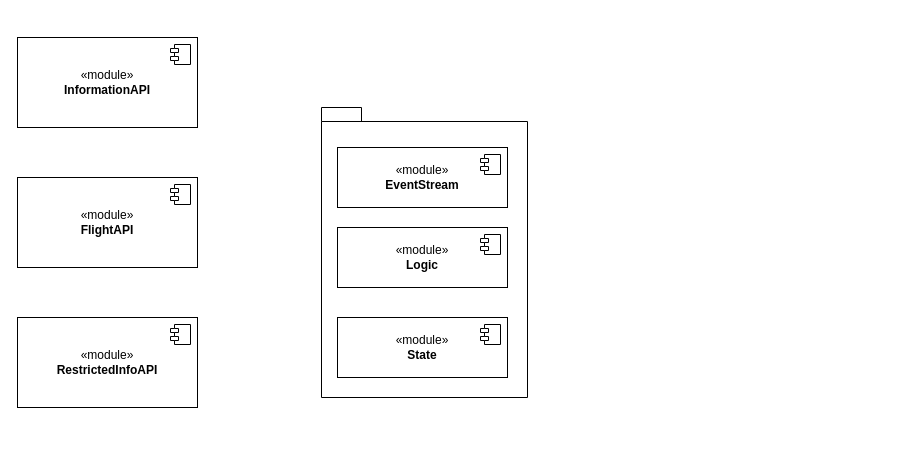
oskarbreindahl/Softwarebyggehygge keeps this draw.io diagram as Diagrams/packages[module].drawio. Above is the earlier version. Source tidied: cells renumbered, new cells numbered last; positions are measured from the earlier drawing's top-left corner, leaving out a move shared by most shapes. Both pictures are drawn from the tidied source at 100%, with x=0, y=0 at pixel (17, 37).
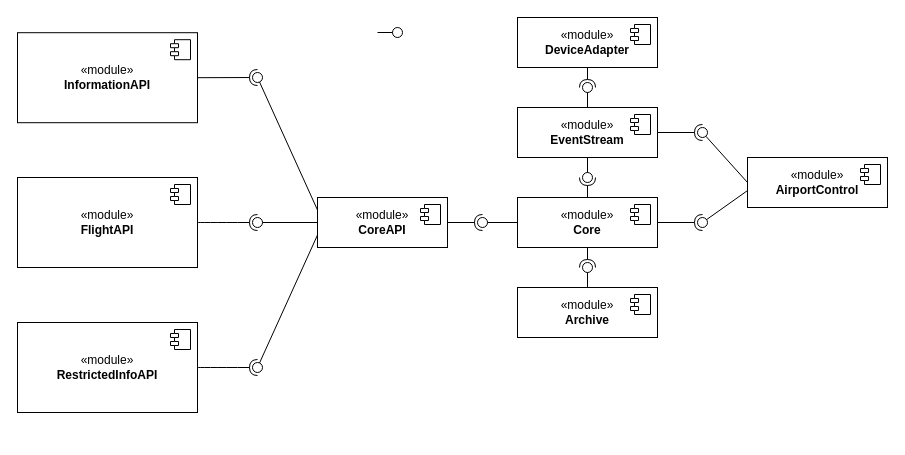
The same page after the edit.

Unchanged cells that the change refers to:
```xml
<mxCell id="4" value="«module»&lt;br&gt;&lt;b&gt;FlightAPI&lt;/b&gt;" style="html=1;whiteSpace=wrap;" parent="1" vertex="1">
  <mxGeometry y="140" width="180" height="90" as="geometry" />
</mxCell>
```

Change to the diagram source:
```diff
@@
     <mxCell id="2" value="«module»&lt;br&gt;&lt;b&gt;InformationAPI&lt;/b&gt;" style="html=1;whiteSpace=wrap;" parent="1" vertex="1">
-      <mxGeometry width="180" height="90" as="geometry" />
+      <mxGeometry y="-4.8" width="180" height="90" as="geometry" />
     </mxCell>
@@
     <mxCell id="6" value="«module»&lt;br&gt;&lt;b&gt;RestrictedInfoAPI&lt;/b&gt;" style="html=1;whiteSpace=wrap;" parent="1" vertex="1">
-      <mxGeometry y="280" width="180" height="90" as="geometry" />
+      <mxGeometry y="285" width="180" height="90" as="geometry" />
     </mxCell>
@@
-    <mxCell id="8" value="«module»&lt;br&gt;&lt;b&gt;Logic&lt;/b&gt;" style="html=1;whiteSpace=wrap;" parent="1" vertex="1">
-      <mxGeometry x="320" y="190" width="170" height="60" as="geometry" />
+    <mxCell id="8" value="«module»&lt;br&gt;&lt;b&gt;Core&lt;/b&gt;" style="html=1;whiteSpace=wrap;" parent="1" vertex="1">
+      <mxGeometry x="500" y="160" width="140" height="50" as="geometry" />
     </mxCell>
@@
-    <mxCell id="10" value="«module»&lt;br&gt;&lt;b&gt;State&lt;/b&gt;" style="html=1;whiteSpace=wrap;" parent="1" vertex="1">
-      <mxGeometry x="320" y="280" width="170" height="60" as="geometry" />
-    </mxCell>
-    <mxCell id="11" style="shape=module;jettyWidth=8;jettyHeight=4;" parent="10" vertex="1">
-      <mxGeometry x="1" width="20" height="20" relative="1" as="geometry">
-        <mxPoint x="-27" y="7" as="offset" />
-      </mxGeometry>
-    </mxCell>
     <mxCell id="12" value="«module»&lt;br&gt;&lt;b&gt;EventStream&lt;/b&gt;" style="html=1;whiteSpace=wrap;" parent="1" vertex="1">
-      <mxGeometry x="320" y="110" width="170" height="60" as="geometry" />
+      <mxGeometry x="500" y="70" width="140" height="50" as="geometry" />
     </mxCell>
@@
-    <mxCell id="14" style="shape=folder;fontStyle=1;spacingTop=10;tabWidth=40;tabHeight=14;tabPosition=left;html=1;whiteSpace=wrap;fillColor=none;" parent="1" vertex="1">
-      <mxGeometry x="304" y="70" width="206" height="290" as="geometry" />
-    </mxCell>
+    <mxCell id="15" style="rounded=0;jettySize=auto;html=1;endArrow=halfCircle;endFill=0;endSize=6;strokeWidth=1;sketch=0;exitX=1;exitY=0.5;exitDx=0;exitDy=0;" parent="1" edge="1" source="2">
+      <mxGeometry relative="1" as="geometry">
+        <mxPoint x="240" y="40" as="targetPoint" />
+      </mxGeometry>
+    </mxCell>
+    <mxCell id="16" style="ellipse;whiteSpace=wrap;html=1;align=center;fillColor=none;strokeColor=none;perimeter=centerPerimeter;" parent="1" vertex="1">
+      <mxGeometry x="290" y="40" width="10" height="10" as="geometry" />
+    </mxCell>
+    <mxCell id="17" style="rounded=0;jettySize=auto;html=1;endArrow=halfCircle;endFill=0;endSize=6;strokeWidth=1;sketch=0;fontSize=12;curved=1;exitX=1;exitY=0.5;exitDx=0;exitDy=0;" parent="1" edge="1" source="4">
+      <mxGeometry relative="1" as="geometry">
+        <mxPoint x="240" y="185" as="targetPoint" />
+      </mxGeometry>
+    </mxCell>
+    <mxCell id="18" style="ellipse;whiteSpace=wrap;html=1;align=center;fillColor=none;strokeColor=none;perimeter=centerPerimeter;" parent="1" vertex="1">
+      <mxGeometry x="360" y="190" width="10" height="10" as="geometry" />
+    </mxCell>
+    <mxCell id="19" style="rounded=0;jettySize=auto;html=1;endArrow=halfCircle;endFill=0;endSize=6;strokeWidth=1;sketch=0;fontSize=12;curved=1;exitX=1;exitY=0.5;exitDx=0;exitDy=0;" parent="1" edge="1" source="6">
+      <mxGeometry relative="1" as="geometry">
+        <mxPoint x="240" y="330" as="targetPoint" />
+      </mxGeometry>
+    </mxCell>
+    <mxCell id="20" style="ellipse;whiteSpace=wrap;html=1;align=center;fillColor=none;strokeColor=none;perimeter=centerPerimeter;" parent="1" vertex="1">
+      <mxGeometry x="270" y="340" width="10" height="10" as="geometry" />
+    </mxCell>
+    <mxCell id="21" value="«module»&lt;br&gt;&lt;b&gt;CoreAPI&lt;/b&gt;" style="html=1;whiteSpace=wrap;" parent="1" vertex="1">
+      <mxGeometry x="300" y="160" width="130" height="50" as="geometry" />
+    </mxCell>
+    <mxCell id="22" style="shape=module;jettyWidth=8;jettyHeight=4;" parent="21" vertex="1">
+      <mxGeometry x="1" width="20" height="20" relative="1" as="geometry">
+        <mxPoint x="-27" y="7" as="offset" />
+      </mxGeometry>
+    </mxCell>
+    <mxCell id="23" style="rounded=0;orthogonalLoop=1;jettySize=auto;html=1;endArrow=oval;endFill=0;sketch=0;sourcePerimeterSpacing=0;targetPerimeterSpacing=0;endSize=10;" parent="1" edge="1">
+      <mxGeometry relative="1" as="geometry">
+        <mxPoint x="360" y="-5" as="sourcePoint" />
+        <mxPoint x="380" y="-5" as="targetPoint" />
+      </mxGeometry>
+    </mxCell>
+    <mxCell id="24" style="rounded=0;jettySize=auto;html=1;endArrow=oval;endFill=0;sketch=0;sourcePerimeterSpacing=0;targetPerimeterSpacing=0;endSize=10;exitX=0;exitY=0.5;exitDx=0;exitDy=0;" parent="1" edge="1" source="21">
+      <mxGeometry relative="1" as="geometry">
+        <mxPoint x="240" y="185" as="targetPoint" />
+      </mxGeometry>
+    </mxCell>
+    <mxCell id="25" style="rounded=0;jettySize=auto;html=1;endArrow=oval;endFill=0;sketch=0;sourcePerimeterSpacing=0;targetPerimeterSpacing=0;endSize=10;exitX=0;exitY=0.25;exitDx=0;exitDy=0;" parent="1" edge="1" source="21">
+      <mxGeometry relative="1" as="geometry">
+        <mxPoint x="240" y="40" as="targetPoint" />
+      </mxGeometry>
+    </mxCell>
+    <mxCell id="26" style="rounded=0;jettySize=auto;html=1;endArrow=oval;endFill=0;sketch=0;sourcePerimeterSpacing=0;targetPerimeterSpacing=0;endSize=10;exitX=0;exitY=0.75;exitDx=0;exitDy=0;" parent="1" edge="1" source="21">
+      <mxGeometry relative="1" as="geometry">
+        <mxPoint x="240" y="330" as="targetPoint" />
+      </mxGeometry>
+    </mxCell>
+    <mxCell id="27" style="rounded=0;jettySize=auto;html=1;endArrow=halfCircle;endFill=0;endSize=6;strokeWidth=1;sketch=0;exitX=1;exitY=0.5;exitDx=0;exitDy=0;" parent="1" edge="1" source="21" target="29">
+      <mxGeometry relative="1" as="geometry" />
+    </mxCell>
+    <mxCell id="28" style="rounded=0;jettySize=auto;html=1;endArrow=oval;endFill=0;sketch=0;sourcePerimeterSpacing=0;targetPerimeterSpacing=0;endSize=10;exitX=0;exitY=0.5;exitDx=0;exitDy=0;" parent="1" edge="1" source="8" target="29">
+      <mxGeometry relative="1" as="geometry" />
+    </mxCell>
+    <mxCell id="29" style="ellipse;whiteSpace=wrap;html=1;align=center;fillColor=none;strokeColor=none;perimeter=centerPerimeter;points=[];outlineConnect=1;" parent="1" vertex="1">
+      <mxGeometry x="460" y="180" width="10" height="10" as="geometry" />
+    </mxCell>
+    <mxCell id="30" value="«module»&lt;br&gt;&lt;b&gt;AirportControl&lt;/b&gt;" style="html=1;whiteSpace=wrap;" parent="1" vertex="1">
+      <mxGeometry x="730" y="120" width="140" height="50" as="geometry" />
+    </mxCell>
+    <mxCell id="31" style="shape=module;jettyWidth=8;jettyHeight=4;" parent="30" vertex="1">
+      <mxGeometry x="1" width="20" height="20" relative="1" as="geometry">
+        <mxPoint x="-27" y="7" as="offset" />
+      </mxGeometry>
+    </mxCell>
+    <mxCell id="32" value="«module»&lt;br&gt;&lt;b&gt;DeviceAdapter&lt;/b&gt;" style="html=1;whiteSpace=wrap;" parent="1" vertex="1">
+      <mxGeometry x="500" y="-20" width="140" height="50" as="geometry" />
+    </mxCell>
+    <mxCell id="33" style="shape=module;jettyWidth=8;jettyHeight=4;" parent="32" vertex="1">
+      <mxGeometry x="1" width="20" height="20" relative="1" as="geometry">
+        <mxPoint x="-27" y="7" as="offset" />
+      </mxGeometry>
+    </mxCell>
+    <mxCell id="34" style="rounded=0;jettySize=auto;html=1;endArrow=halfCircle;endFill=0;endSize=6;strokeWidth=1;sketch=0;exitX=0.5;exitY=1;exitDx=0;exitDy=0;" parent="1" edge="1" source="32">
+      <mxGeometry relative="1" as="geometry">
+        <mxPoint x="570" y="50" as="targetPoint" />
+      </mxGeometry>
+    </mxCell>
+    <mxCell id="35" style="rounded=0;jettySize=auto;html=1;endArrow=oval;endFill=0;sketch=0;sourcePerimeterSpacing=0;targetPerimeterSpacing=0;endSize=10;exitX=0.5;exitY=0;exitDx=0;exitDy=0;" parent="1" edge="1" source="12">
+      <mxGeometry relative="1" as="geometry">
+        <mxPoint x="570" y="50" as="targetPoint" />
+      </mxGeometry>
+    </mxCell>
+    <mxCell id="36" style="ellipse;whiteSpace=wrap;html=1;align=center;fillColor=none;strokeColor=none;perimeter=centerPerimeter;" parent="1" vertex="1">
+      <mxGeometry x="655" y="310" width="10" height="10" as="geometry" />
+    </mxCell>
+    <mxCell id="37" style="ellipse;whiteSpace=wrap;html=1;align=center;fillColor=none;strokeColor=none;perimeter=centerPerimeter;" parent="1" vertex="1">
+      <mxGeometry x="430" y="390" width="10" height="10" as="geometry" />
+    </mxCell>
+    <mxCell id="38" style="rounded=0;jettySize=auto;html=1;endArrow=halfCircle;endFill=0;endSize=6;strokeWidth=1;sketch=0;exitX=0.5;exitY=0;exitDx=0;exitDy=0;" parent="1" edge="1" source="8">
+      <mxGeometry relative="1" as="geometry">
+        <mxPoint x="570" y="140" as="targetPoint" />
+      </mxGeometry>
+    </mxCell>
+    <mxCell id="39" style="rounded=0;jettySize=auto;html=1;endArrow=oval;endFill=0;sketch=0;sourcePerimeterSpacing=0;targetPerimeterSpacing=0;endSize=10;exitX=0.5;exitY=1;exitDx=0;exitDy=0;" parent="1" edge="1" source="12">
+      <mxGeometry relative="1" as="geometry">
+        <mxPoint x="570" y="140" as="targetPoint" />
+      </mxGeometry>
+    </mxCell>
+    <mxCell id="40" style="ellipse;whiteSpace=wrap;html=1;align=center;fillColor=none;strokeColor=none;perimeter=centerPerimeter;" parent="1" vertex="1">
+      <mxGeometry x="515" y="300" width="10" height="10" as="geometry" />
+    </mxCell>
+    <mxCell id="41" style="rounded=0;jettySize=auto;html=1;endArrow=halfCircle;endFill=0;endSize=6;strokeWidth=1;sketch=0;exitX=1;exitY=0.5;exitDx=0;exitDy=0;" parent="1" edge="1" source="12">
+      <mxGeometry relative="1" as="geometry">
+        <mxPoint x="685" y="95" as="targetPoint" />
+      </mxGeometry>
+    </mxCell>
+    <mxCell id="42" style="rounded=0;jettySize=auto;html=1;endArrow=oval;endFill=0;sketch=0;sourcePerimeterSpacing=0;targetPerimeterSpacing=0;endSize=10;exitX=0;exitY=0.5;exitDx=0;exitDy=0;" parent="1" edge="1" source="30">
+      <mxGeometry relative="1" as="geometry">
+        <mxPoint x="685" y="95" as="targetPoint" />
+      </mxGeometry>
+    </mxCell>
+    <mxCell id="43" style="ellipse;whiteSpace=wrap;html=1;align=center;fillColor=none;strokeColor=none;perimeter=centerPerimeter;" parent="1" vertex="1">
+      <mxGeometry x="735" y="220" width="10" height="10" as="geometry" />
+    </mxCell>
+    <mxCell id="44" style="rounded=0;jettySize=auto;html=1;endArrow=halfCircle;endFill=0;endSize=6;strokeWidth=1;sketch=0;exitX=1;exitY=0.5;exitDx=0;exitDy=0;" parent="1" edge="1" source="8" target="46">
+      <mxGeometry relative="1" as="geometry" />
+    </mxCell>
+    <mxCell id="45" style="rounded=0;jettySize=auto;html=1;endArrow=oval;endFill=0;sketch=0;sourcePerimeterSpacing=0;targetPerimeterSpacing=0;endSize=10;exitX=0.003;exitY=0.656;exitDx=0;exitDy=0;exitPerimeter=0;" parent="1" edge="1" source="30" target="46">
+      <mxGeometry relative="1" as="geometry" />
+    </mxCell>
+    <mxCell id="46" style="ellipse;whiteSpace=wrap;html=1;align=center;fillColor=none;strokeColor=none;perimeter=centerPerimeter;points=[];outlineConnect=1;" parent="1" vertex="1">
+      <mxGeometry x="680" y="180" width="10" height="10" as="geometry" />
+    </mxCell>
+    <mxCell id="47" value="«module»&lt;br&gt;&lt;b&gt;Archive&lt;/b&gt;" style="html=1;whiteSpace=wrap;" parent="1" vertex="1">
+      <mxGeometry x="500" y="250" width="140" height="50" as="geometry" />
+    </mxCell>
+    <mxCell id="48" style="shape=module;jettyWidth=8;jettyHeight=4;" parent="47" vertex="1">
+      <mxGeometry x="1" width="20" height="20" relative="1" as="geometry">
+        <mxPoint x="-27" y="7" as="offset" />
+      </mxGeometry>
+    </mxCell>
+    <mxCell id="49" style="rounded=0;jettySize=auto;html=1;endArrow=halfCircle;endFill=0;endSize=6;strokeWidth=1;sketch=0;exitX=0.5;exitY=1;exitDx=0;exitDy=0;" parent="1" edge="1" source="8">
+      <mxGeometry relative="1" as="geometry">
+        <mxPoint x="570" y="230" as="targetPoint" />
+      </mxGeometry>
+    </mxCell>
+    <mxCell id="50" style="rounded=0;jettySize=auto;html=1;endArrow=oval;endFill=0;sketch=0;sourcePerimeterSpacing=0;targetPerimeterSpacing=0;endSize=10;exitX=0.5;exitY=0;exitDx=0;exitDy=0;" parent="1" edge="1" source="47">
+      <mxGeometry relative="1" as="geometry">
+        <mxPoint x="570" y="230" as="targetPoint" />
+      </mxGeometry>
+    </mxCell>
+    <mxCell id="51" style="ellipse;whiteSpace=wrap;html=1;align=center;fillColor=none;strokeColor=none;perimeter=centerPerimeter;" parent="1" vertex="1">
+      <mxGeometry x="435" y="260" width="10" height="10" as="geometry" />
+    </mxCell>
```
